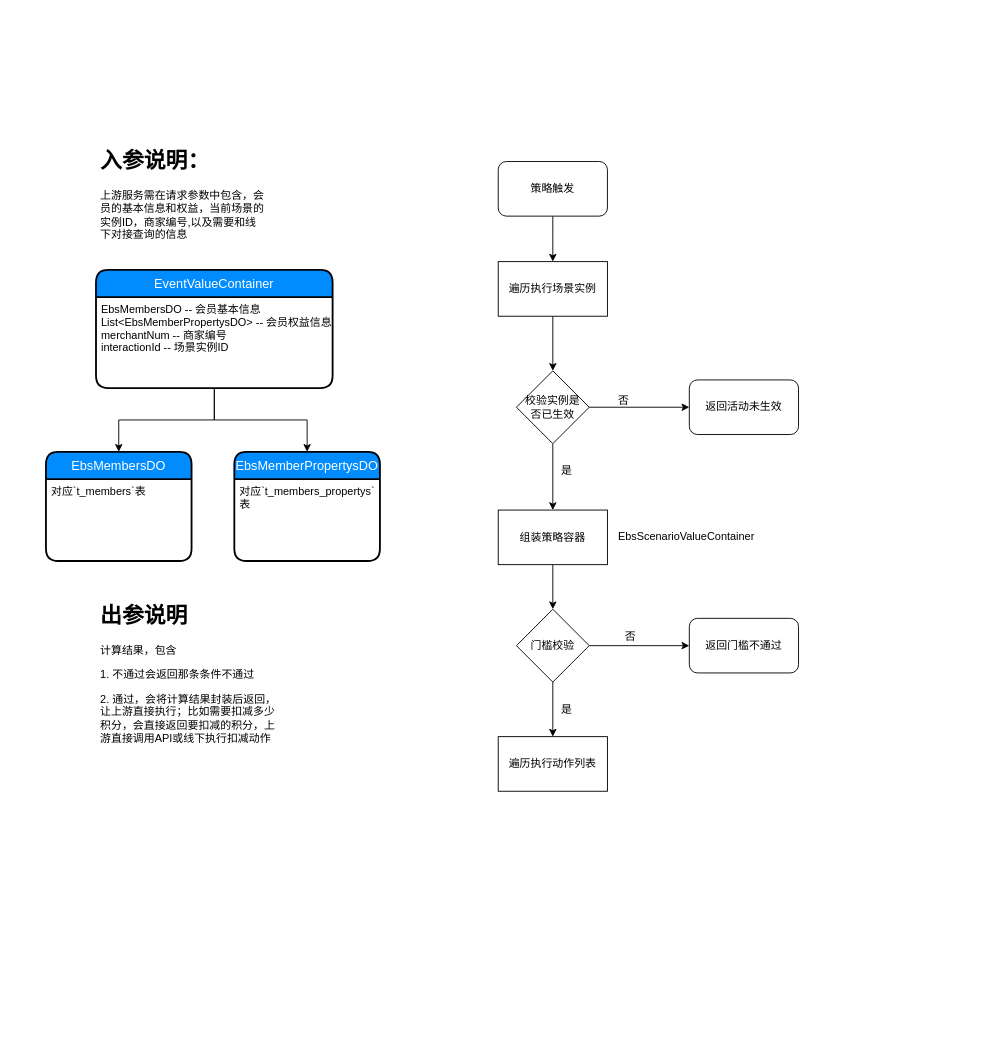
Above: Untitled Diagram.drawio in minybear/drawIo (draw.io), before the change. Source tidied: cells renumbered, new cells numbered last; positions are measured from the earlier drawing's top-left corner, leaving out a move shared by most shapes. Both pictures are drawn from the tidied source at 91%, with x=0, y=0 at pixel (46, 143).
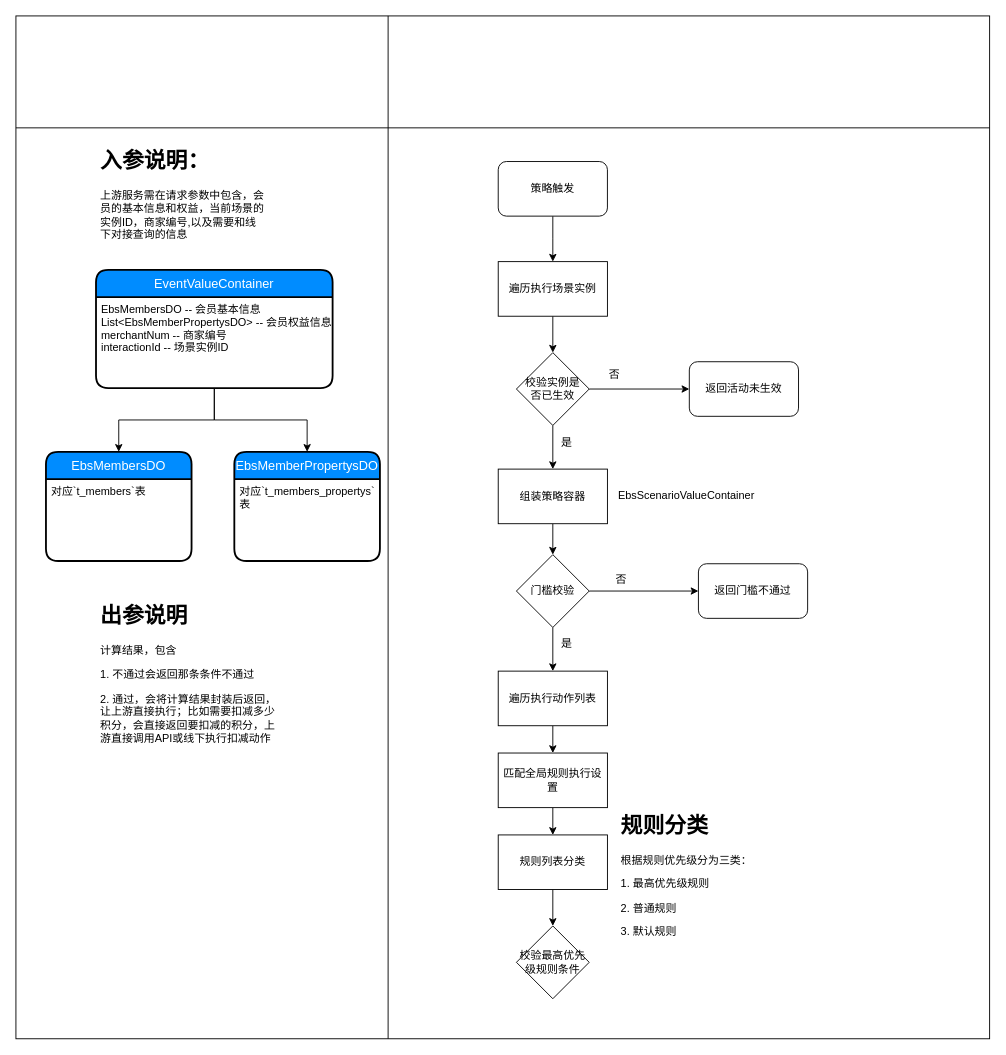
After the change.

Commit message:
策略编辑器流程图.drawio

What changed in the source:
```diff
@@
+    <mxCell id="32" style="shape=internalStorage;whiteSpace=wrap;html=1;backgroundOutline=1;dx=409;dy=123;" parent="1" vertex="1">
+      <mxGeometry x="-33" y="-140" width="1070" height="1124" as="geometry" />
+    </mxCell>
@@
     <mxCell id="15" value="EbsScenarioValueContainer" style="text;html=1;" parent="1" vertex="1">
-      <mxGeometry x="627" y="418" width="180" height="30" as="geometry" />
+      <mxGeometry x="627" y="373" width="180" height="30" as="geometry" />
     </mxCell>
@@
     <mxCell id="17" value="返回门槛不通过" style="rounded=1;whiteSpace=wrap;html=1;" parent="1" vertex="1">
-      <mxGeometry x="707" y="522" width="120" height="60" as="geometry" />
+      <mxGeometry x="717" y="462" width="120" height="60" as="geometry" />
     </mxCell>
@@
     <mxCell id="19" value="门槛校验" style="rhombus;whiteSpace=wrap;html=1;" parent="1" vertex="1">
-      <mxGeometry x="517" y="512" width="80" height="80" as="geometry" />
+      <mxGeometry x="517" y="452" width="80" height="80" as="geometry" />
     </mxCell>
     <mxCell id="20" value="否" style="text;html=1;align=center;verticalAlign=middle;" parent="1" vertex="1">
-      <mxGeometry x="627" y="532" width="30" height="20" as="geometry" />
+      <mxGeometry x="617" y="470" width="30" height="20" as="geometry" />
     </mxCell>
@@
+    <mxCell id="33" style="edgeStyle=orthogonalEdgeStyle;rounded=0;jettySize=auto;html=1;exitX=0.5;exitY=1;exitDx=0;exitDy=0;entryX=0.5;entryY=0;entryDx=0;entryDy=0;" parent="1" edge="1" source="22" target="35">
+      <mxGeometry relative="1" as="geometry" />
+    </mxCell>
     <mxCell id="22" value="遍历执行动作列表" style="rounded=0;whiteSpace=wrap;html=1;" parent="1" vertex="1">
-      <mxGeometry x="497" y="652" width="120" height="60" as="geometry" />
+      <mxGeometry x="497" y="580" width="120" height="60" as="geometry" />
     </mxCell>
     <mxCell id="23" value="是" style="text;html=1;align=center;verticalAlign=middle;" parent="1" vertex="1">
-      <mxGeometry x="557" y="612" width="30" height="20" as="geometry" />
+      <mxGeometry x="557" y="540" width="30" height="20" as="geometry" />
     </mxCell>
-    <mxCell id="24" style="edgeStyle=orthogonalEdgeStyle;rounded=0;jettySize=auto;html=1;exitX=0.5;exitY=1;exitDx=0;exitDy=0;" parent="1" edge="1" source="25">
-      <mxGeometry relative="1" as="geometry">
-        <mxPoint x="557" y="512" as="targetPoint" />
-      </mxGeometry>
+    <mxCell id="24" style="edgeStyle=orthogonalEdgeStyle;rounded=0;jettySize=auto;html=1;exitX=0.5;exitY=1;exitDx=0;exitDy=0;entryX=0.5;entryY=0;entryDx=0;entryDy=0;" parent="1" edge="1" source="25" target="19">
+      <mxGeometry relative="1" as="geometry" />
     </mxCell>
     <mxCell id="25" value="组装策略容器" style="rounded=0;whiteSpace=wrap;html=1;" parent="1" vertex="1">
-      <mxGeometry x="497" y="403" width="120" height="60" as="geometry" />
+      <mxGeometry x="497" y="358" width="120" height="60" as="geometry" />
     </mxCell>
@@
     <mxCell id="28" value="校验实例是&lt;br&gt;否已生效" style="rhombus;whiteSpace=wrap;html=1;" parent="1" vertex="1">
-      <mxGeometry x="517" y="250" width="80" height="80" as="geometry" />
+      <mxGeometry x="517" y="230" width="80" height="80" as="geometry" />
     </mxCell>
     <mxCell id="29" value="返回活动未生效" style="rounded=1;whiteSpace=wrap;html=1;" parent="1" vertex="1">
-      <mxGeometry x="707" y="260" width="120" height="60" as="geometry" />
+      <mxGeometry x="707" y="240" width="120" height="60" as="geometry" />
     </mxCell>
     <mxCell id="30" value="否" style="text;html=1;" parent="1" vertex="1">
-      <mxGeometry x="627" y="269" width="40" height="30" as="geometry" />
+      <mxGeometry x="617" y="240" width="40" height="30" as="geometry" />
     </mxCell>
     <mxCell id="31" value="是" style="text;html=1;align=center;verticalAlign=middle;" parent="1" vertex="1">
-      <mxGeometry x="557" y="350" width="30" height="20" as="geometry" />
+      <mxGeometry x="557" y="319" width="30" height="20" as="geometry" />
     </mxCell>
+    <mxCell id="34" style="edgeStyle=orthogonalEdgeStyle;rounded=0;jettySize=auto;html=1;exitX=0.5;exitY=1;exitDx=0;exitDy=0;entryX=0.5;entryY=0;entryDx=0;entryDy=0;" parent="1" edge="1" source="35" target="37">
+      <mxGeometry relative="1" as="geometry" />
+    </mxCell>
+    <mxCell id="35" value="匹配全局规则执行设置" style="rounded=0;whiteSpace=wrap;html=1;" parent="1" vertex="1">
+      <mxGeometry x="497" y="670" width="120" height="60" as="geometry" />
+    </mxCell>
+    <mxCell id="36" style="edgeStyle=orthogonalEdgeStyle;rounded=0;jettySize=auto;html=1;exitX=0.5;exitY=1;exitDx=0;exitDy=0;entryX=0.5;entryY=0;entryDx=0;entryDy=0;" parent="1" edge="1" source="37" target="39">
+      <mxGeometry relative="1" as="geometry" />
+    </mxCell>
+    <mxCell id="37" value="规则列表分类" style="rounded=0;whiteSpace=wrap;html=1;" parent="1" vertex="1">
+      <mxGeometry x="497" y="760" width="120" height="60" as="geometry" />
+    </mxCell>
+    <mxCell id="38" value="&lt;h1&gt;规则分类&lt;/h1&gt;&lt;p&gt;根据规则优先级分为三类：&lt;/p&gt;&lt;p&gt;1. 最高优先级规则&lt;/p&gt;&lt;p&gt;2. 普通规则&lt;/p&gt;&lt;p&gt;3. 默认规则&lt;/p&gt;" style="text;html=1;strokeColor=none;fillColor=none;spacing=5;spacingTop=-20;whiteSpace=wrap;overflow=hidden;rounded=0;" parent="1" vertex="1">
+      <mxGeometry x="627" y="730" width="200" height="230" as="geometry" />
+    </mxCell>
+    <mxCell id="39" value="校验最高优先级规则条件" style="rhombus;whiteSpace=wrap;html=1;" parent="1" vertex="1">
+      <mxGeometry x="517" y="860" width="80" height="80" as="geometry" />
+    </mxCell>
```
